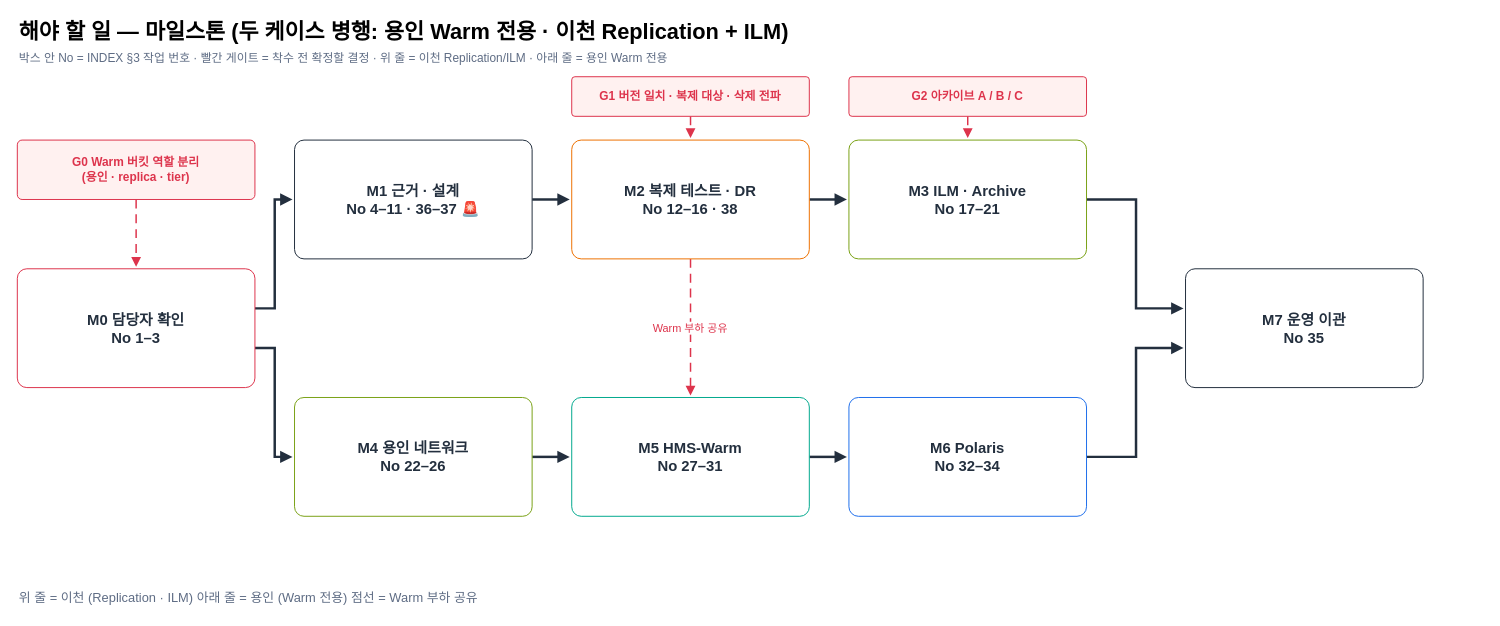
kronenz/fluent-bit keeps this draw.io diagram as docs/aistor-replication-review/diagrams/11-todo-milestones.drawio. Above is the earlier version. Source tidied: cells renumbered, new cells numbered last; positions are measured from the earlier drawing's top-left corner, leaving out a move shared by most shapes. Both pictures are drawn from the tidied source at 99%, with x=0, y=0 at pixel (17, 17).
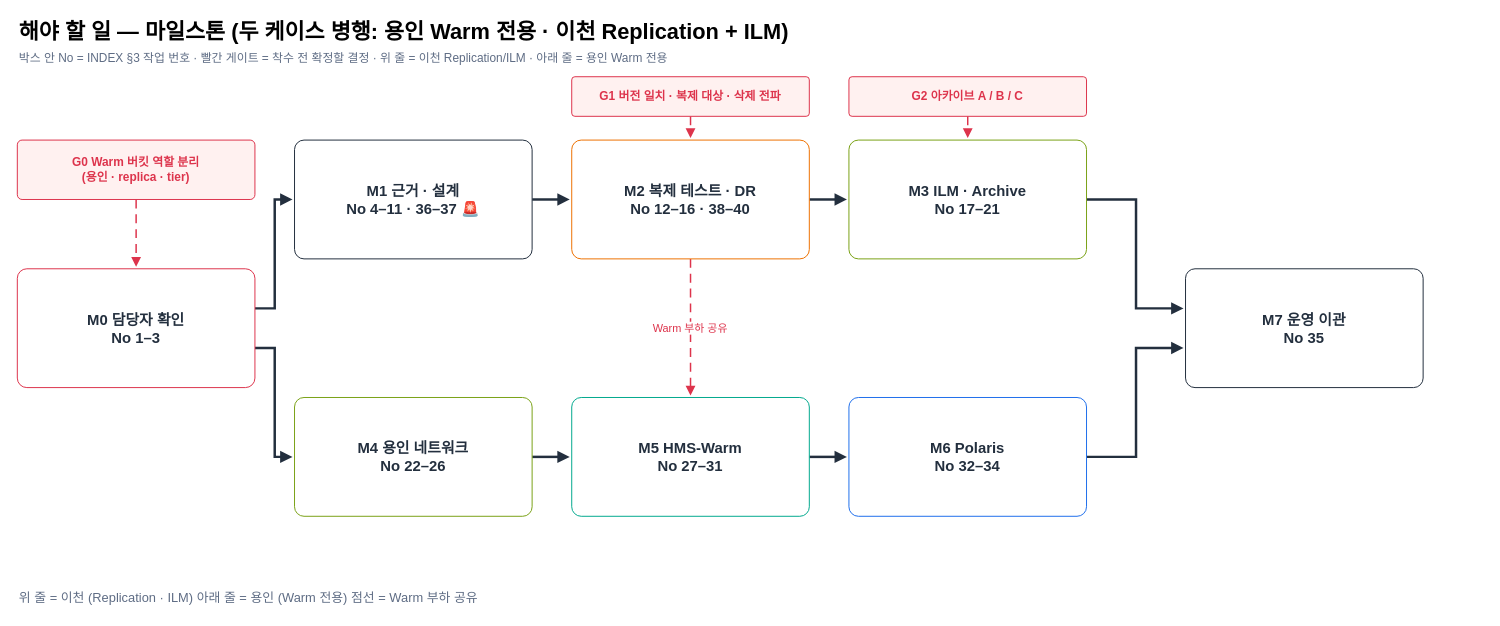
The same diagram, later.

What changed in the source:
```diff
@@
-    <mxCell id="16" value="M2 복제 테스트 · DR&lt;br&gt;No 12–16 · 38" style="rounded=1;arcSize=8;whiteSpace=wrap;html=1;fillColor=#FFFFFF;strokeColor=#ED7100;fontSize=15;fontColor=#232F3E;fontStyle=1;align=center;spacing=6;" parent="1" vertex="1">
+    <mxCell id="16" value="M2 복제 테스트 · DR&lt;br&gt;No 12–16 · 38–40" style="rounded=1;arcSize=8;whiteSpace=wrap;html=1;fillColor=#FFFFFF;strokeColor=#ED7100;fontSize=15;fontColor=#232F3E;fontStyle=1;align=center;spacing=6;" parent="1" vertex="1">
       <mxGeometry x="560" y="124" width="240" height="120" as="geometry" />
     </mxCell>
```
